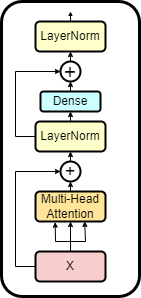
Earlier version of the draw.io export 未命名绘图.drawio.png (coderxiacheng/testmail). Source tidied: cells renumbered, new cells last; positions are measured from the earlier drawing's top-left corner, leaving out a move shared by most shapes.
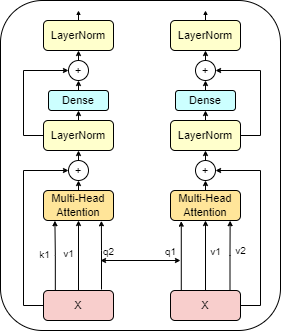
Later version of the same file.

Commit message:
更新未命名绘图.drawio.png

Diff of the diagram source:
```diff
@@ -2,74 +2,162 @@
   <root>
     <mxCell id="0" />
     <mxCell id="1" parent="0" />
-    <mxCell id="2" style="rounded=1;whiteSpace=wrap;html=1;strokeWidth=3;perimeterSpacing=17;shadow=0;fillStyle=auto;" parent="1" vertex="1">
-      <mxGeometry width="138" height="295" as="geometry" />
-    </mxCell>
+    <mxCell id="21" style="rounded=1;whiteSpace=wrap;html=1;strokeWidth=1;perimeterSpacing=17;shadow=0;fillStyle=auto;" parent="1" vertex="1">
+      <mxGeometry x="-9" width="280" height="330" as="geometry" />
+    </mxCell>
-    <mxCell id="3" style="edgeStyle=orthogonalEdgeStyle;rounded=0;jettySize=auto;html=1;exitX=0.5;exitY=0;exitDx=0;exitDy=0;entryX=0.5;entryY=1;entryDx=0;entryDy=0;endSize=3;startSize=3;" parent="1" edge="1" source="5" target="9">
+    <mxCell id="3" style="edgeStyle=orthogonalEdgeStyle;rounded=0;jettySize=auto;html=1;exitX=0.5;exitY=0;exitDx=0;exitDy=0;entryX=0.5;entryY=1;entryDx=0;entryDy=0;endSize=3;startSize=3;strokeWidth=1;fontSize=11;" parent="1" edge="1" source="5" target="9">
       <mxGeometry relative="1" as="geometry" />
     </mxCell>
+    <mxCell id="22" value="v1" style="edgeLabel;html=1;align=center;verticalAlign=middle;fontSize=10;" parent="3" vertex="1">
+      <mxGeometry x="0.07" y="3" relative="1" as="geometry">
+        <mxPoint x="-7" as="offset" />
+      </mxGeometry>
+    </mxCell>
-    <mxCell id="4" style="edgeStyle=orthogonalEdgeStyle;rounded=0;jettySize=auto;html=1;exitX=0;exitY=0.5;exitDx=0;exitDy=0;entryX=0;entryY=0.5;entryDx=0;entryDy=0;endSize=3;strokeWidth=1;" parent="1" edge="1" source="5" target="7">
+    <mxCell id="4" style="edgeStyle=orthogonalEdgeStyle;rounded=0;jettySize=auto;html=1;exitX=0;exitY=0.5;exitDx=0;exitDy=0;entryX=0;entryY=0.5;entryDx=0;entryDy=0;endSize=3;strokeWidth=1;fontSize=11;" parent="1" edge="1" source="5" target="7">
       <mxGeometry relative="1" as="geometry" />
     </mxCell>
+    <mxCell id="23" style="edgeStyle=orthogonalEdgeStyle;rounded=0;jettySize=auto;html=1;exitX=0.169;exitY=-0.02;exitDx=0;exitDy=0;entryX=0.163;entryY=1.007;entryDx=0;entryDy=0;strokeWidth=1;endSize=3;exitPerimeter=0;entryPerimeter=0;fontSize=11;" parent="1" edge="1" source="5" target="9">
+      <mxGeometry relative="1" as="geometry" />
+    </mxCell>
+    <mxCell id="24" value="k1" style="edgeLabel;html=1;align=center;verticalAlign=middle;fontSize=10;" parent="23" vertex="1">
+      <mxGeometry x="0.06" y="2" relative="1" as="geometry">
+        <mxPoint x="-9" as="offset" />
+      </mxGeometry>
+    </mxCell>
+    <mxCell id="25" style="edgeStyle=orthogonalEdgeStyle;rounded=0;jettySize=auto;html=1;entryX=0.827;entryY=1.01;entryDx=0;entryDy=0;strokeWidth=1;endSize=3;entryPerimeter=0;fontSize=11;" parent="1" edge="1" target="9">
+      <mxGeometry relative="1" as="geometry">
+        <mxPoint x="92" y="289" as="sourcePoint" />
+        <Array as="points">
+          <mxPoint x="92" y="250" />
+          <mxPoint x="92" y="250" />
+        </Array>
+      </mxGeometry>
+    </mxCell>
+    <mxCell id="26" value="q2" style="edgeLabel;html=1;align=center;verticalAlign=middle;fontSize=10;" parent="25" vertex="1">
+      <mxGeometry x="0.1" y="-1" relative="1" as="geometry">
+        <mxPoint x="6" y="-1" as="offset" />
+      </mxGeometry>
+    </mxCell>
-    <mxCell id="5" value="X" style="rounded=1;whiteSpace=wrap;html=1;fillColor=#f8cecc;strokeColor=#000000;strokeWidth=2;" parent="1" vertex="1">
-      <mxGeometry x="34" y="250" width="70" height="30" as="geometry" />
+    <mxCell id="5" value="X" style="rounded=1;whiteSpace=wrap;html=1;fillColor=#f8cecc;strokeColor=#000000;strokeWidth=1;fontSize=11;" parent="1" vertex="1">
+      <mxGeometry x="34" y="290" width="70" height="30" as="geometry" />
     </mxCell>
-    <mxCell id="6" style="edgeStyle=orthogonalEdgeStyle;rounded=0;jettySize=auto;html=1;exitX=0.5;exitY=0;exitDx=0;exitDy=0;entryX=0.5;entryY=1;entryDx=0;entryDy=0;endSize=3;" parent="1" edge="1" source="7" target="14">
+    <mxCell id="6" style="edgeStyle=orthogonalEdgeStyle;rounded=0;jettySize=auto;html=1;exitX=0.5;exitY=0;exitDx=0;exitDy=0;entryX=0.5;entryY=1;entryDx=0;entryDy=0;endSize=3;strokeWidth=1;fontSize=11;" parent="1" edge="1" source="7" target="14">
       <mxGeometry relative="1" as="geometry" />
     </mxCell>
-    <mxCell id="7" value="+" style="ellipse;whiteSpace=wrap;html=1;fontSize=18;strokeWidth=2;" parent="1" vertex="1">
+    <mxCell id="7" value="+" style="ellipse;whiteSpace=wrap;html=1;fontSize=11;strokeWidth=1;" parent="1" vertex="1">
       <mxGeometry x="59" y="160" width="20" height="20" as="geometry" />
     </mxCell>
-    <mxCell id="8" style="edgeStyle=orthogonalEdgeStyle;rounded=0;jettySize=auto;html=1;exitX=0.5;exitY=0;exitDx=0;exitDy=0;entryX=0.5;entryY=1;entryDx=0;entryDy=0;endSize=3;" parent="1" edge="1" source="9" target="7">
+    <mxCell id="8" style="edgeStyle=orthogonalEdgeStyle;rounded=0;jettySize=auto;html=1;exitX=0.5;exitY=0;exitDx=0;exitDy=0;entryX=0.5;entryY=1;entryDx=0;entryDy=0;endSize=3;strokeWidth=1;fontSize=11;" parent="1" edge="1" source="9" target="7">
       <mxGeometry relative="1" as="geometry" />
     </mxCell>
-    <mxCell id="9" value="Multi-Head&lt;div&gt;Attention&lt;/div&gt;" style="rounded=1;whiteSpace=wrap;html=1;fillColor=#FFE599;strokeColor=#000000;strokeWidth=2;" parent="1" vertex="1">
+    <mxCell id="9" value="Multi-Head&lt;div style=&quot;font-size: 11px;&quot;&gt;Attention&lt;/div&gt;" style="rounded=1;whiteSpace=wrap;html=1;fillColor=#FFE599;strokeColor=#000000;strokeWidth=1;fontSize=11;" parent="1" vertex="1">
       <mxGeometry x="34" y="190" width="70" height="30" as="geometry" />
     </mxCell>
-    <mxCell id="10" style="endArrow=classic;html=1;rounded=0;entryX=0.703;entryY=0.997;entryDx=0;entryDy=0;exitX=0.5;exitY=0;exitDx=0;exitDy=0;entryPerimeter=0;curved=0;endSize=3;startSize=3;" parent="1" edge="1" source="5" target="9">
-      <mxGeometry relative="1" as="geometry">
-        <Array as="points">
-          <mxPoint x="69" y="240" />
-          <mxPoint x="84" y="240" />
-        </Array>
-      </mxGeometry>
-    </mxCell>
-    <mxCell id="11" style="endArrow=classic;html=1;rounded=0;entryX=0.281;entryY=1.022;entryDx=0;entryDy=0;exitX=0.5;exitY=0;exitDx=0;exitDy=0;curved=0;entryPerimeter=0;endSize=3;startSize=3;" parent="1" edge="1" source="5" target="9">
-      <mxGeometry relative="1" as="geometry">
-        <Array as="points">
-          <mxPoint x="69" y="240" />
-          <mxPoint x="54" y="240" />
-        </Array>
-      </mxGeometry>
-    </mxCell>
-    <mxCell id="12" style="edgeStyle=orthogonalEdgeStyle;rounded=0;jettySize=auto;html=1;exitX=0.5;exitY=0;exitDx=0;exitDy=0;entryX=0.5;entryY=1;entryDx=0;entryDy=0;endSize=3;" parent="1" edge="1" source="14" target="16">
+    <mxCell id="12" style="edgeStyle=orthogonalEdgeStyle;rounded=0;jettySize=auto;html=1;exitX=0.5;exitY=0;exitDx=0;exitDy=0;entryX=0.5;entryY=1;entryDx=0;entryDy=0;endSize=3;strokeWidth=1;fontSize=11;" parent="1" edge="1" source="14" target="16">
       <mxGeometry relative="1" as="geometry" />
     </mxCell>
-    <mxCell id="13" style="edgeStyle=orthogonalEdgeStyle;rounded=0;jettySize=auto;html=1;exitX=0;exitY=0.5;exitDx=0;exitDy=0;entryX=0;entryY=0.5;entryDx=0;entryDy=0;endSize=3;" parent="1" edge="1" source="14" target="18">
+    <mxCell id="13" style="edgeStyle=orthogonalEdgeStyle;rounded=0;jettySize=auto;html=1;exitX=0;exitY=0.5;exitDx=0;exitDy=0;entryX=0;entryY=0.5;entryDx=0;entryDy=0;endSize=3;strokeWidth=1;fontSize=11;" parent="1" edge="1" source="14" target="18">
       <mxGeometry relative="1" as="geometry" />
     </mxCell>
-    <mxCell id="14" value="LayerNorm" style="rounded=1;whiteSpace=wrap;html=1;fillColor=#FFFFCC;strokeColor=#000000;strokeWidth=2;" parent="1" vertex="1">
+    <mxCell id="14" value="LayerNorm" style="rounded=1;whiteSpace=wrap;html=1;fillColor=#FFFFCC;strokeColor=#000000;strokeWidth=1;fontSize=11;" parent="1" vertex="1">
       <mxGeometry x="34" y="120" width="70" height="30" as="geometry" />
     </mxCell>
-    <mxCell id="15" style="edgeStyle=orthogonalEdgeStyle;rounded=0;jettySize=auto;html=1;exitX=0.5;exitY=0;exitDx=0;exitDy=0;entryX=0.5;entryY=1;entryDx=0;entryDy=0;endSize=3;" parent="1" edge="1" source="16" target="18">
+    <mxCell id="15" style="edgeStyle=orthogonalEdgeStyle;rounded=0;jettySize=auto;html=1;exitX=0.5;exitY=0;exitDx=0;exitDy=0;entryX=0.5;entryY=1;entryDx=0;entryDy=0;endSize=3;strokeWidth=1;fontSize=11;" parent="1" edge="1" source="16" target="18">
       <mxGeometry relative="1" as="geometry" />
     </mxCell>
-    <mxCell id="16" value="Dense" style="rounded=1;whiteSpace=wrap;html=1;fillColor=#CCFFFF;strokeColor=#000000;strokeWidth=2;" parent="1" vertex="1">
+    <mxCell id="16" value="Dense" style="rounded=1;whiteSpace=wrap;html=1;fillColor=#CCFFFF;strokeColor=#000000;strokeWidth=1;fontSize=11;" parent="1" vertex="1">
       <mxGeometry x="39" y="90" width="60" height="20" as="geometry" />
     </mxCell>
-    <mxCell id="17" style="edgeStyle=orthogonalEdgeStyle;rounded=0;jettySize=auto;html=1;exitX=0.5;exitY=0;exitDx=0;exitDy=0;entryX=0.5;entryY=1;entryDx=0;entryDy=0;endSize=3;" parent="1" edge="1" source="18" target="20">
+    <mxCell id="17" style="edgeStyle=orthogonalEdgeStyle;rounded=0;jettySize=auto;html=1;exitX=0.5;exitY=0;exitDx=0;exitDy=0;entryX=0.5;entryY=1;entryDx=0;entryDy=0;endSize=3;strokeWidth=1;fontSize=11;" parent="1" edge="1" source="18" target="20">
       <mxGeometry relative="1" as="geometry" />
     </mxCell>
-    <mxCell id="18" value="+" style="ellipse;whiteSpace=wrap;html=1;fontSize=21;strokeWidth=2;" parent="1" vertex="1">
+    <mxCell id="18" value="+" style="ellipse;whiteSpace=wrap;html=1;fontSize=11;strokeWidth=1;" parent="1" vertex="1">
       <mxGeometry x="59" y="60" width="20" height="20" as="geometry" />
     </mxCell>
-    <mxCell id="19" style="edgeStyle=orthogonalEdgeStyle;rounded=0;jettySize=auto;html=1;exitX=0.5;exitY=0;exitDx=0;exitDy=0;endSize=2;" parent="1" edge="1" source="20">
+    <mxCell id="19" style="edgeStyle=orthogonalEdgeStyle;rounded=0;jettySize=auto;html=1;exitX=0.5;exitY=0;exitDx=0;exitDy=0;endSize=2;strokeWidth=1;fontSize=11;" parent="1" edge="1" source="20">
       <mxGeometry relative="1" as="geometry">
         <mxPoint x="69" y="10" as="targetPoint" />
       </mxGeometry>
     </mxCell>
-    <mxCell id="20" value="LayerNorm" style="rounded=1;whiteSpace=wrap;html=1;fillColor=#FFFFCC;strokeColor=#000000;strokeWidth=2;" parent="1" vertex="1">
+    <mxCell id="20" value="LayerNorm" style="rounded=1;whiteSpace=wrap;html=1;fillColor=#FFFFCC;strokeColor=#000000;strokeWidth=1;fontSize=11;" parent="1" vertex="1">
       <mxGeometry x="34" y="20" width="70" height="30" as="geometry" />
     </mxCell>
+    <mxCell id="27" style="edgeStyle=orthogonalEdgeStyle;rounded=0;jettySize=auto;html=1;exitX=0.5;exitY=0;exitDx=0;exitDy=0;entryX=0.5;entryY=1;entryDx=0;entryDy=0;endSize=3;startSize=3;strokeWidth=1;fontSize=11;" parent="1" edge="1" source="34" target="38">
+      <mxGeometry relative="1" as="geometry" />
+    </mxCell>
+    <mxCell id="28" value="v1" style="edgeLabel;html=1;align=center;verticalAlign=middle;fontSize=10;" parent="27" vertex="1">
+      <mxGeometry x="0.08" y="1" relative="1" as="geometry">
+        <mxPoint x="11" y="-2" as="offset" />
+      </mxGeometry>
+    </mxCell>
+    <mxCell id="29" style="edgeStyle=orthogonalEdgeStyle;rounded=0;jettySize=auto;html=1;exitX=0.154;exitY=0.028;exitDx=0;exitDy=0;entryX=0.154;entryY=1.023;entryDx=0;entryDy=0;strokeWidth=1;endSize=3;entryPerimeter=0;exitPerimeter=0;fontSize=11;" parent="1" edge="1" source="34" target="38">
+      <mxGeometry relative="1" as="geometry" />
+    </mxCell>
+    <mxCell id="30" value="q1" style="edgeLabel;html=1;align=center;verticalAlign=middle;fontSize=10;" parent="29" vertex="1">
+      <mxGeometry x="0.08" y="1" relative="1" as="geometry">
+        <mxPoint x="-10" y="-3" as="offset" />
+      </mxGeometry>
+    </mxCell>
+    <mxCell id="31" style="edgeStyle=orthogonalEdgeStyle;rounded=0;jettySize=auto;html=1;exitX=0.85;exitY=-0.004;exitDx=0;exitDy=0;entryX=0.852;entryY=1.006;entryDx=0;entryDy=0;strokeWidth=1;endSize=3;exitPerimeter=0;entryPerimeter=0;fontSize=11;" parent="1" edge="1" source="34" target="38">
+      <mxGeometry relative="1" as="geometry" />
+    </mxCell>
+    <mxCell id="32" value="v2" style="edgeLabel;html=1;align=center;verticalAlign=middle;fontSize=10;" parent="31" vertex="1">
+      <mxGeometry x="0.05" relative="1" as="geometry">
+        <mxPoint x="10" y="-4" as="offset" />
+      </mxGeometry>
+    </mxCell>
+    <mxCell id="33" style="edgeStyle=orthogonalEdgeStyle;rounded=0;jettySize=auto;html=1;exitX=1;exitY=0.5;exitDx=0;exitDy=0;entryX=1;entryY=0.5;entryDx=0;entryDy=0;strokeWidth=1;endSize=3;fontSize=11;" parent="1" edge="1" source="34" target="36">
+      <mxGeometry relative="1" as="geometry" />
+    </mxCell>
+    <mxCell id="34" value="X" style="rounded=1;whiteSpace=wrap;html=1;fillColor=#f8cecc;strokeColor=#000000;strokeWidth=1;fontSize=11;" parent="1" vertex="1">
+      <mxGeometry x="161" y="290" width="70" height="30" as="geometry" />
+    </mxCell>
+    <mxCell id="35" style="edgeStyle=orthogonalEdgeStyle;rounded=0;jettySize=auto;html=1;exitX=0.5;exitY=0;exitDx=0;exitDy=0;entryX=0.5;entryY=1;entryDx=0;entryDy=0;endSize=3;strokeWidth=1;fontSize=11;" parent="1" edge="1" source="36" target="41">
+      <mxGeometry relative="1" as="geometry" />
+    </mxCell>
+    <mxCell id="36" value="+" style="ellipse;whiteSpace=wrap;html=1;fontSize=11;strokeWidth=1;" parent="1" vertex="1">
+      <mxGeometry x="186" y="160" width="20" height="20" as="geometry" />
+    </mxCell>
+    <mxCell id="37" style="edgeStyle=orthogonalEdgeStyle;rounded=0;jettySize=auto;html=1;exitX=0.5;exitY=0;exitDx=0;exitDy=0;entryX=0.5;entryY=1;entryDx=0;entryDy=0;endSize=3;strokeWidth=1;fontSize=11;" parent="1" edge="1" source="38" target="36">
+      <mxGeometry relative="1" as="geometry" />
+    </mxCell>
+    <mxCell id="38" value="Multi-Head&lt;div style=&quot;font-size: 11px;&quot;&gt;Attention&lt;/div&gt;" style="rounded=1;whiteSpace=wrap;html=1;fillColor=#FFE599;strokeColor=#000000;strokeWidth=1;fontSize=11;" parent="1" vertex="1">
+      <mxGeometry x="161" y="190" width="70" height="30" as="geometry" />
+    </mxCell>
+    <mxCell id="39" style="edgeStyle=orthogonalEdgeStyle;rounded=0;jettySize=auto;html=1;exitX=0.5;exitY=0;exitDx=0;exitDy=0;entryX=0.5;entryY=1;entryDx=0;entryDy=0;endSize=3;strokeWidth=1;fontSize=11;" parent="1" edge="1" source="41" target="43">
+      <mxGeometry relative="1" as="geometry" />
+    </mxCell>
+    <mxCell id="40" style="edgeStyle=orthogonalEdgeStyle;rounded=0;jettySize=auto;html=1;exitX=1;exitY=0.5;exitDx=0;exitDy=0;entryX=1;entryY=0.5;entryDx=0;entryDy=0;strokeWidth=1;endSize=3;fontSize=11;" parent="1" edge="1" source="41" target="45">
+      <mxGeometry relative="1" as="geometry" />
+    </mxCell>
+    <mxCell id="41" value="LayerNorm" style="rounded=1;whiteSpace=wrap;html=1;fillColor=#FFFFCC;strokeColor=#000000;strokeWidth=1;fontSize=11;" parent="1" vertex="1">
+      <mxGeometry x="161" y="120" width="70" height="30" as="geometry" />
+    </mxCell>
+    <mxCell id="42" style="edgeStyle=orthogonalEdgeStyle;rounded=0;jettySize=auto;html=1;exitX=0.5;exitY=0;exitDx=0;exitDy=0;entryX=0.5;entryY=1;entryDx=0;entryDy=0;endSize=3;strokeWidth=1;fontSize=11;" parent="1" edge="1" source="43" target="45">
+      <mxGeometry relative="1" as="geometry" />
+    </mxCell>
+    <mxCell id="43" value="Dense" style="rounded=1;whiteSpace=wrap;html=1;fillColor=#CCFFFF;strokeColor=#000000;strokeWidth=1;fontSize=11;" parent="1" vertex="1">
+      <mxGeometry x="166" y="90" width="60" height="20" as="geometry" />
+    </mxCell>
+    <mxCell id="44" style="edgeStyle=orthogonalEdgeStyle;rounded=0;jettySize=auto;html=1;exitX=0.5;exitY=0;exitDx=0;exitDy=0;entryX=0.5;entryY=1;entryDx=0;entryDy=0;endSize=3;strokeWidth=1;fontSize=11;" parent="1" edge="1" source="45" target="47">
+      <mxGeometry relative="1" as="geometry" />
+    </mxCell>
+    <mxCell id="45" value="+" style="ellipse;whiteSpace=wrap;html=1;fontSize=11;strokeWidth=1;" parent="1" vertex="1">
+      <mxGeometry x="186" y="60" width="20" height="20" as="geometry" />
+    </mxCell>
+    <mxCell id="46" style="edgeStyle=orthogonalEdgeStyle;rounded=0;jettySize=auto;html=1;exitX=0.5;exitY=0;exitDx=0;exitDy=0;endSize=2;strokeWidth=1;fontSize=11;" parent="1" edge="1" source="47">
+      <mxGeometry relative="1" as="geometry">
+        <mxPoint x="196" y="10" as="targetPoint" />
+      </mxGeometry>
+    </mxCell>
+    <mxCell id="47" value="LayerNorm" style="rounded=1;whiteSpace=wrap;html=1;fillColor=#FFFFCC;strokeColor=#000000;strokeWidth=1;fontSize=11;" parent="1" vertex="1">
+      <mxGeometry x="161" y="20" width="70" height="30" as="geometry" />
+    </mxCell>
+    <mxCell id="48" style="endArrow=classic;startArrow=classic;html=1;rounded=0;endSize=3;startSize=3;fontSize=10;" parent="1" edge="1">
+      <mxGeometry relative="1" as="geometry">
+        <mxPoint x="91" y="260" as="sourcePoint" />
+        <mxPoint x="171" y="260" as="targetPoint" />
+      </mxGeometry>
+    </mxCell>
   </root>
 </mxGraphModel>
```
